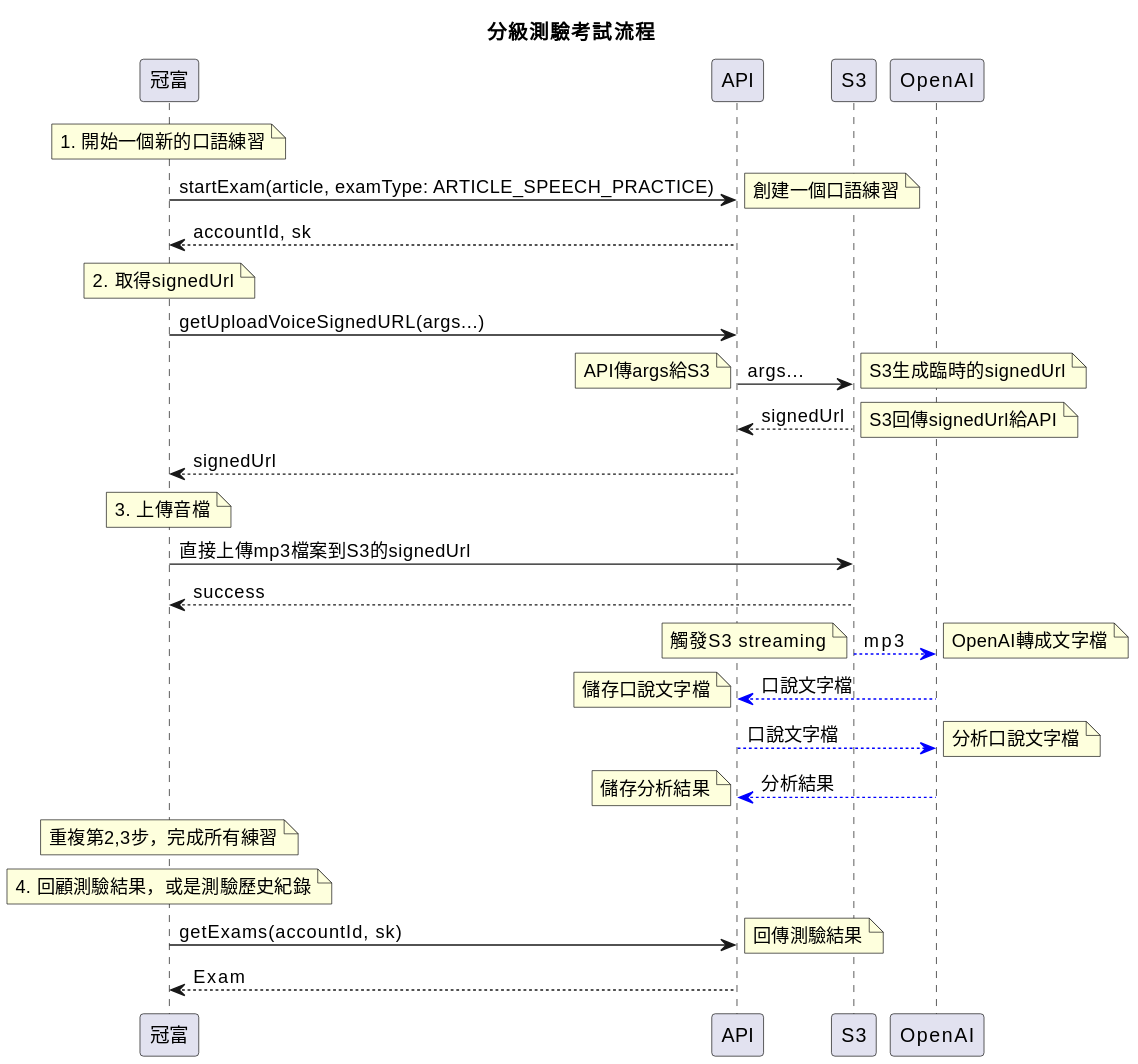
This is source/images/speechPractice.svg from dahualanguage/api-doc-slate, a PlantUML export, as it was before one commit. Its diagram source:
```plantuml
@startuml
title 分級測驗考試流程

participant "冠富" as Client
participant "API" as API
participant "S3" as S3
participant "OpenAI" as OpenAI

note over Client: 1. 開始一個新的口語練習
Client -> API: startExam(article, examType: ARTICLE_SPEECH_PRACTICE)
note right: 創建一個口語練習
API --> Client: accountId, sk

note over Client: 2. 取得signedUrl
Client -> API: getUploadVoiceSignedURL(args...)
API -> S3: args...
note right: S3生成臨時的signedUrl
note left: API傳args給S3
S3 --> API: signedUrl
note right: S3回傳signedUrl給API
API --> Client: signedUrl

note over Client: 3. 上傳音檔
Client -> S3: 直接上傳mp3檔案到S3的signedUrl
S3 --> Client: success

S3 -[#blue]-> OpenAI : mp3
note right: OpenAI轉成文字檔
note left: 觸發S3 streaming
OpenAI -[#blue]-> API: 口說文字檔
note left: 儲存口說文字檔
API -[#blue]-> OpenAI: 口說文字檔
note right: 分析口說文字檔
OpenAI -[#blue]-> API: 分析結果
note left: 儲存分析結果

note over Client: 重複第2,3步，完成所有練習

note over Client: 4. 回顧測驗結果，或是測驗歷史紀錄
Client -> API: getExams(accountId, sk)
note right: 回傳測驗結果
API --> Client: Exam
@enduml
```
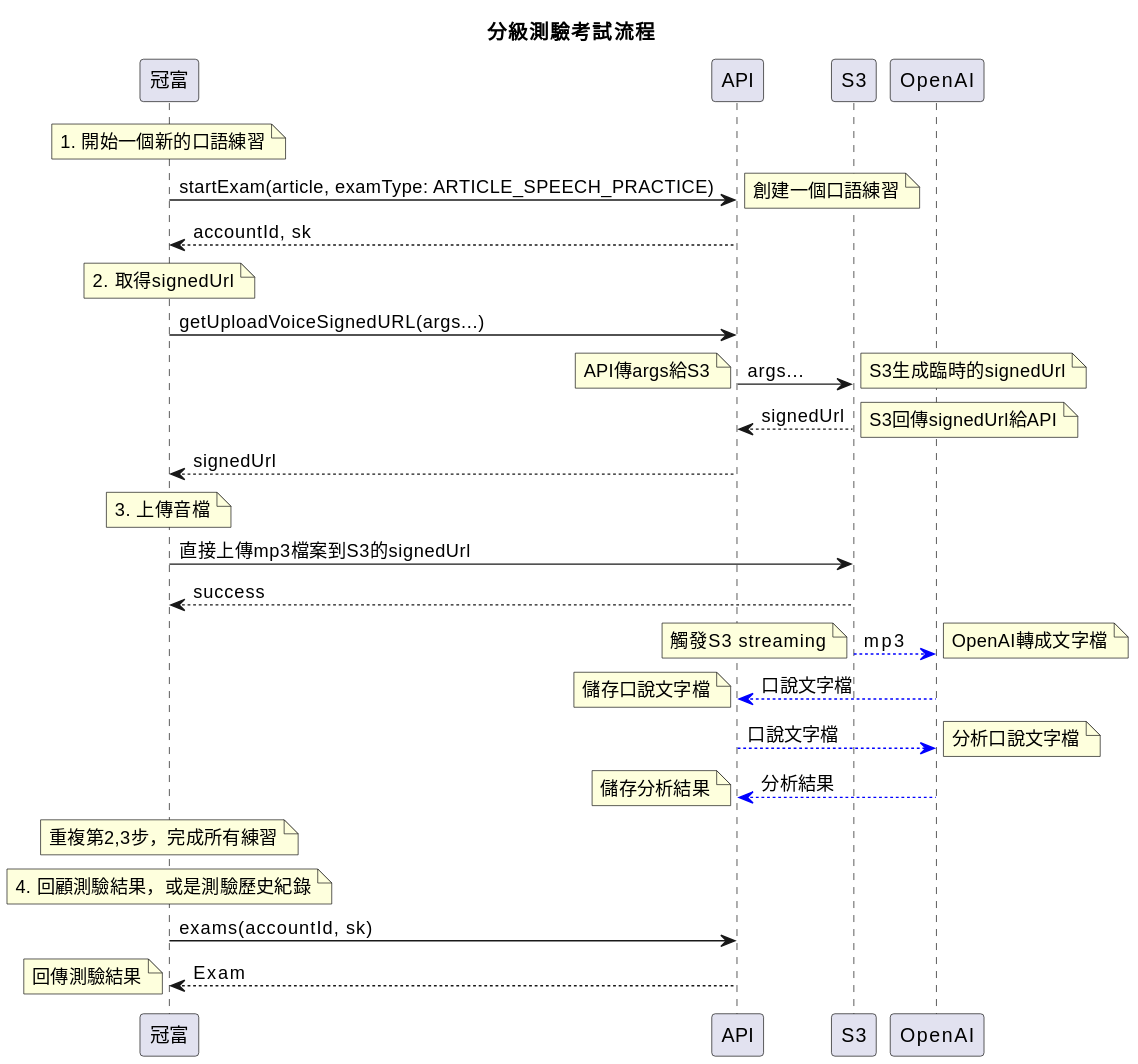
After the change.

Diff of the diagram source:
```diff
@@ -37,7 +37,7 @@
 note over Client: 重複第2,3步，完成所有練習
 
 note over Client: 4. 回顧測驗結果，或是測驗歷史紀錄
-Client -> API: getExams(accountId, sk)
-note right: 回傳測驗結果
+Client -> API: exams(accountId, sk)
 API --> Client: Exam
+note left: 回傳測驗結果
 @enduml
```
